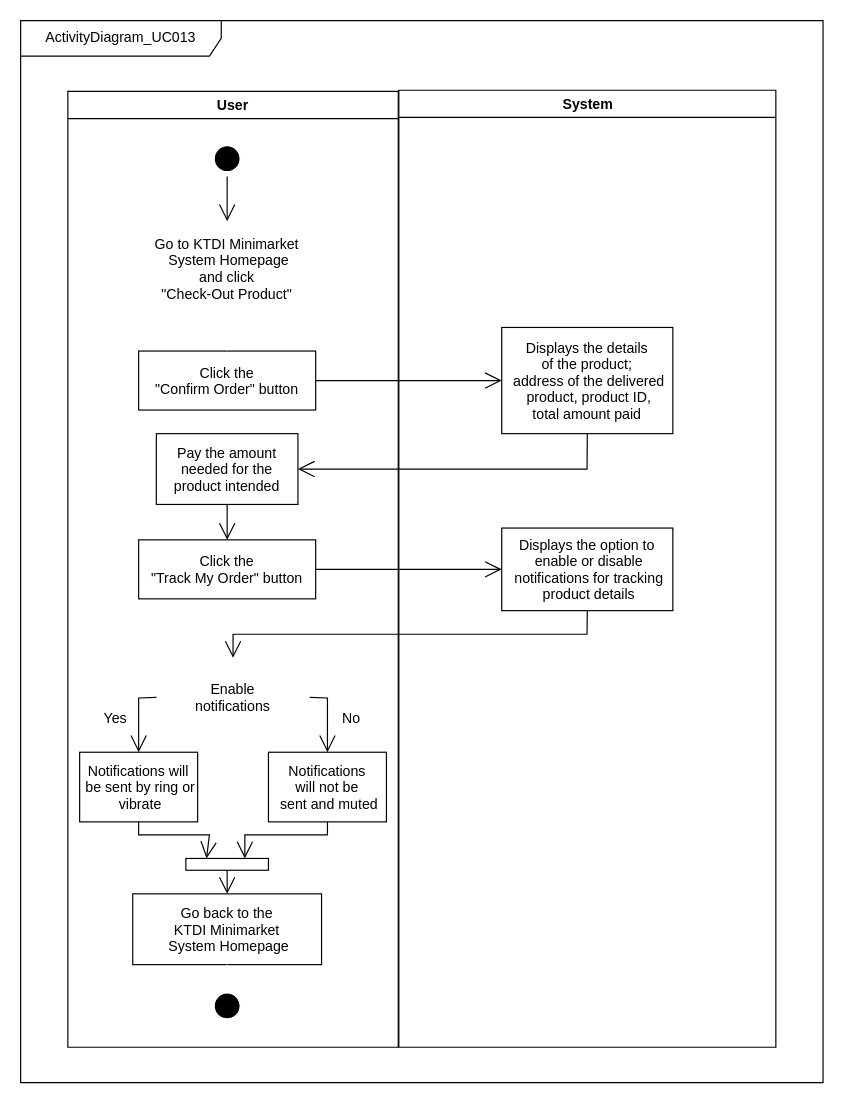
Earlier version of the draw.io diagram proposal/submission/sec02/Allen/UC013/UC013_ActivityDiagram.drawio (drshahizan/software-engineering). Source tidied: cells renumbered, new cells numbered last; positions are measured from the earlier drawing's top-left corner, leaving out a move shared by most shapes. Both pictures are drawn from the tidied source at 118%, with x=0, y=0 at pixel (20, 20).
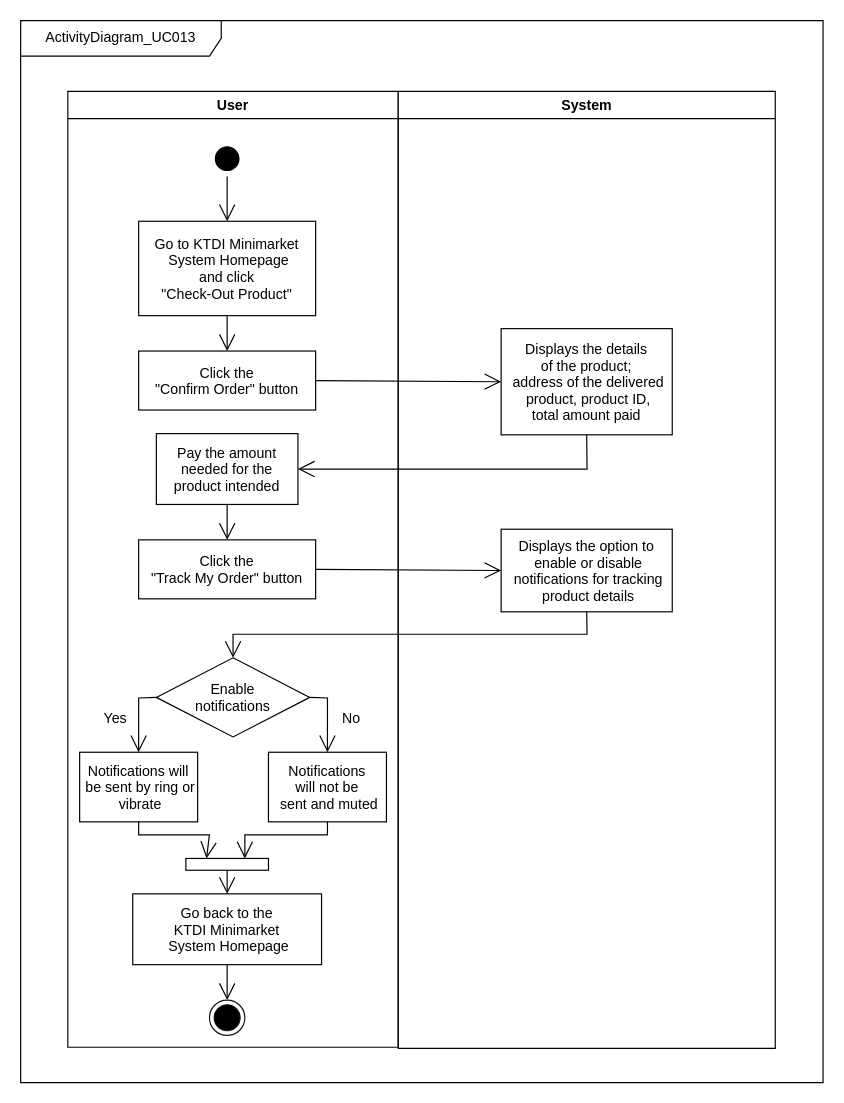
After the change.

Commit message (it also covers changes not shown here):
Update Activity Diagram

Unchanged cells that the change refers to:
```xml
<mxCell id="3" value="User" style="swimlane;whiteSpace=wrap;" parent="1" vertex="1">
  <mxGeometry x="40" y="60" width="280" height="810" as="geometry" />
</mxCell>
<mxCell id="6" value="Click the&#10;&quot;Confirm Order&quot; button" parent="3" vertex="1">
  <mxGeometry x="60" y="220" width="150" height="50" as="geometry" />
</mxCell>
<mxCell id="12" value="Go back to the&#10;KTDI Minimarket&#10; System Homepage" parent="3" vertex="1">
  <mxGeometry x="55" y="680" width="160" height="60" as="geometry" />
</mxCell>
```

Diff of the diagram source:
```diff
@@
-    <mxCell id="5" value="Go to KTDI Minimarket&#10; System Homepage&#10;and click &#10;&quot;Check-Out Product&quot;" style="strokeColor=#FFFFFF;" parent="3" vertex="1">
+    <mxCell id="5" value="Go to KTDI Minimarket&#10; System Homepage&#10;and click &#10;&quot;Check-Out Product&quot;" style="strokeColor=#000000;fillColor=none;" parent="3" vertex="1">
       <mxGeometry x="60" y="110" width="150" height="80" as="geometry" />
     </mxCell>
@@
-    <mxCell id="7" style="endArrow=open;strokeColor=#FFFFFF;endFill=1;rounded=0;" parent="3" edge="1" source="5" target="6">
-      <mxGeometry relative="1" as="geometry" />
-    </mxCell>
@@
-    <mxCell id="11" style="ellipse;shape=endState;fillColor=#000000;strokeColor=#FFFFFF;" parent="3" vertex="1">
-      <mxGeometry x="120" y="760" width="30" height="30" as="geometry" />
-    </mxCell>
@@
-    <mxCell id="13" style="endArrow=open;strokeColor=#FFFFFF;endFill=1;rounded=0;" parent="3" edge="1" source="12" target="11">
-      <mxGeometry relative="1" as="geometry" />
-    </mxCell>
@@
-    <mxCell id="15" value="Enable&#10;notifications" style="rhombus;fillColor=none;strokeColor=#FFFFFF;" parent="3" vertex="1">
+    <mxCell id="15" value="Enable&#10;notifications" style="rhombus;fillColor=none;strokeColor=#000000;" parent="3" vertex="1">
       <mxGeometry x="75" y="480" width="130" height="67" as="geometry" />
     </mxCell>
@@
+    <mxCell id="7" style="endArrow=open;endFill=1;endSize=12;html=1;rounded=0;exitX=0.5;exitY=1;exitDx=0;exitDy=0;" parent="3" edge="1" source="5" target="6">
+      <mxGeometry relative="1" as="geometry" />
+    </mxCell>
+    <mxCell id="33" style="ellipse;html=1;shape=endState;fillColor=#000000;strokeColor=#18141D;" parent="3" vertex="1">
+      <mxGeometry x="120" y="770" width="30" height="30" as="geometry" />
+    </mxCell>
+    <mxCell id="34" style="endArrow=open;endFill=1;endSize=12;html=1;rounded=0;exitX=0.5;exitY=1;exitDx=0;exitDy=0;entryX=0.5;entryY=0;entryDx=0;entryDy=0;" parent="3" edge="1" source="12" target="33">
+      <mxGeometry relative="1" as="geometry" />
+    </mxCell>
     <mxCell id="26" value="System" style="swimlane;whiteSpace=wrap;" parent="1" vertex="1">
-      <mxGeometry x="320.5" y="59" width="319.5" height="811" as="geometry" />
+      <mxGeometry x="320" y="60" width="319.5" height="811" as="geometry" />
     </mxCell>
```
